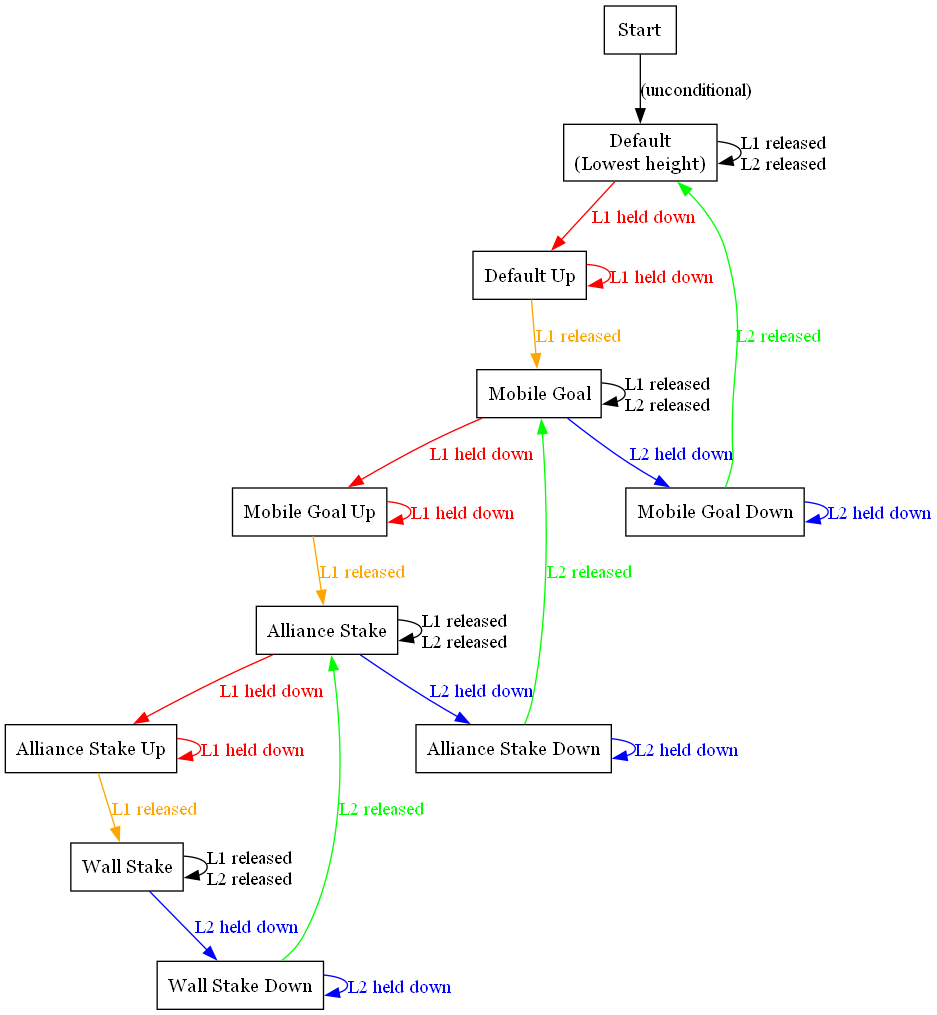
This is 2024/prototype/intake_mechanisms/docs/lift-state-machine.png from eshsrobotics/vex, a Graphviz export, as it was before one commit. Its source is kept beside it as 2024/prototype/intake_mechanisms/docs/lift-state-machine.dot.
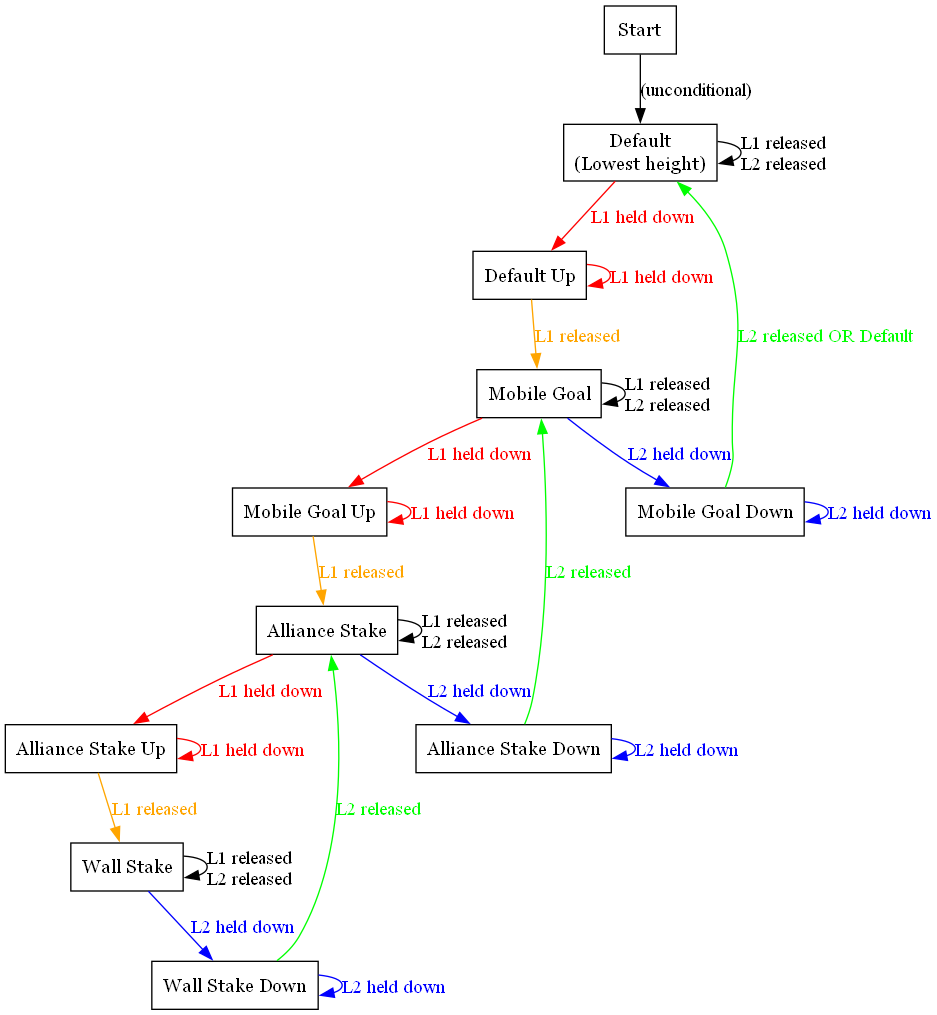
After the commit.

Commit message:
Finished the control lift scheme state diagram.

Change to the diagram source:
```diff
@@ -17,37 +17,37 @@
 
     Start -> Default [label="(unconditional)"];
 
-    Default -> DefaultUp [label="L1 held down", fontcolor="red", color="red"];
-    Default -> Default [label="L1 released\nL2 released"];
+    Default -> DefaultUp [label="L1 pressed", fontcolor="red", color="red"];
+    Default -> Default [label="L1 released\n AND L2 released"];
 
-    DefaultUp -> MobileGoal [label="L1 released", fontcolor="orange", color="orange"];
-    DefaultUp -> DefaultUp [label="L1 held down", fontcolor="red", color="red"];
+    DefaultUp -> MobileGoal [label="Mobile goal height reached\n AND L1 released", fontcolor="orange", color="orange"];
+    DefaultUp -> DefaultUp [label="mobile goal height not reached\n OR L1 pressed", fontcolor="red", color="red"];
 
-    MobileGoal -> MobileGoalDown [label="L2 held down", fontcolor="blue", color="blue"];
-    MobileGoal -> MobileGoal [label="L1 released\nL2 released"];
-    MobileGoal -> MobileGoalUp [label="L1 held down", fontcolor="red", color="red"];
+    MobileGoal -> MobileGoalDown [label="L2 pressed", fontcolor="blue", color="blue"];
+    MobileGoal -> MobileGoal [label="L1 released\n AND L2 released"];
+    MobileGoal -> MobileGoalUp [label="L1 pressed", fontcolor="red", color="red"];
 
-    MobileGoalDown -> Default [label="L2 released", fontcolor="lime", color="lime"];
-    MobileGoalDown -> MobileGoalDown [label="L2 held down", fontcolor="blue", color="blue"];
+    MobileGoalDown -> Default [label="Default height reached\n AND L2 released", fontcolor="lime", color="lime"];
+    MobileGoalDown -> MobileGoalDown [label="Default height not reached\n OR L2 pressed", fontcolor="blue", color="blue"];
 
-    MobileGoalUp -> AllianceStake [label="L1 released", fontcolor="orange", color="orange"];
-    MobileGoalUp -> MobileGoalUp [label="L1 held down", fontcolor="red", color="red"];
+    MobileGoalUp -> AllianceStake [label="alliance stake height reached\n AND L1 released", fontcolor="orange", color="orange"];
+    MobileGoalUp -> MobileGoalUp [label="alliance stake height not reached\n OR L1 pressed", fontcolor="red", color="red"];
 
-    AllianceStake -> AllianceStakeDown [label="L2 held down", fontcolor="blue", color="blue"];
-    AllianceStake -> AllianceStake [label="L1 released\nL2 released"];
-    AllianceStake -> AllianceStakeUp [label="L1 held down", fontcolor="red", color="red"];
+    AllianceStake -> AllianceStakeDown [label="L2 pressed", fontcolor="blue", color="blue"];
+    AllianceStake -> AllianceStake [label="L1 released\n AND L2 released"];
+    AllianceStake -> AllianceStakeUp [label="L1 pressed", fontcolor="red", color="red"];
 
-    AllianceStakeDown -> AllianceStakeDown [label="L2 held down", fontcolor="blue", color="blue"];
-    AllianceStakeDown -> MobileGoal [label="L2 released", fontcolor="lime", color="lime"];
+    AllianceStakeDown -> AllianceStakeDown [label="mobile height not reached\n OR L2 pressed", fontcolor="blue", color="blue"];
+    AllianceStakeDown -> MobileGoal [label="mobile goal height reached\n AND L2 released", fontcolor="lime", color="lime"];
 
-    AllianceStakeUp -> WallStake [label="L1 released", fontcolor="orange", color="orange"];
-    AllianceStakeUp -> AllianceStakeUp [label="L1 held down", fontcolor="red", color="red"];
+    AllianceStakeUp -> WallStake [label="wall stake height reached\n AND L1 reached", fontcolor="orange", color="orange"];
+    AllianceStakeUp -> AllianceStakeUp [label="wall stake height not released\n OR L1 pressed", fontcolor="red", color="red"];
 
-    WallStake -> WallStakeDown [label="L2 held down", fontcolor="blue", color="blue"];
-    WallStake -> WallStake [label="L1 released\nL2 released"];
+    WallStake -> WallStakeDown [label="L2 pressed", fontcolor="blue", color="blue"];
+    WallStake -> WallStake [label="L1 released\n AND L2 released"];
 
-    WallStakeDown -> AllianceStake [label="L2 released", fontcolor="lime", color="lime"];
-    WallStakeDown -> WallStakeDown [label="L2 held down", fontcolor="blue", color="blue"];
+    WallStakeDown -> AllianceStake [label="alliance stake height reached\n AND L2 released", fontcolor="lime", color="lime"];
+    WallStakeDown -> WallStakeDown [label="alliance stake height not reached\n OR L2 pressed", fontcolor="blue", color="blue"];
 
 
 
```
